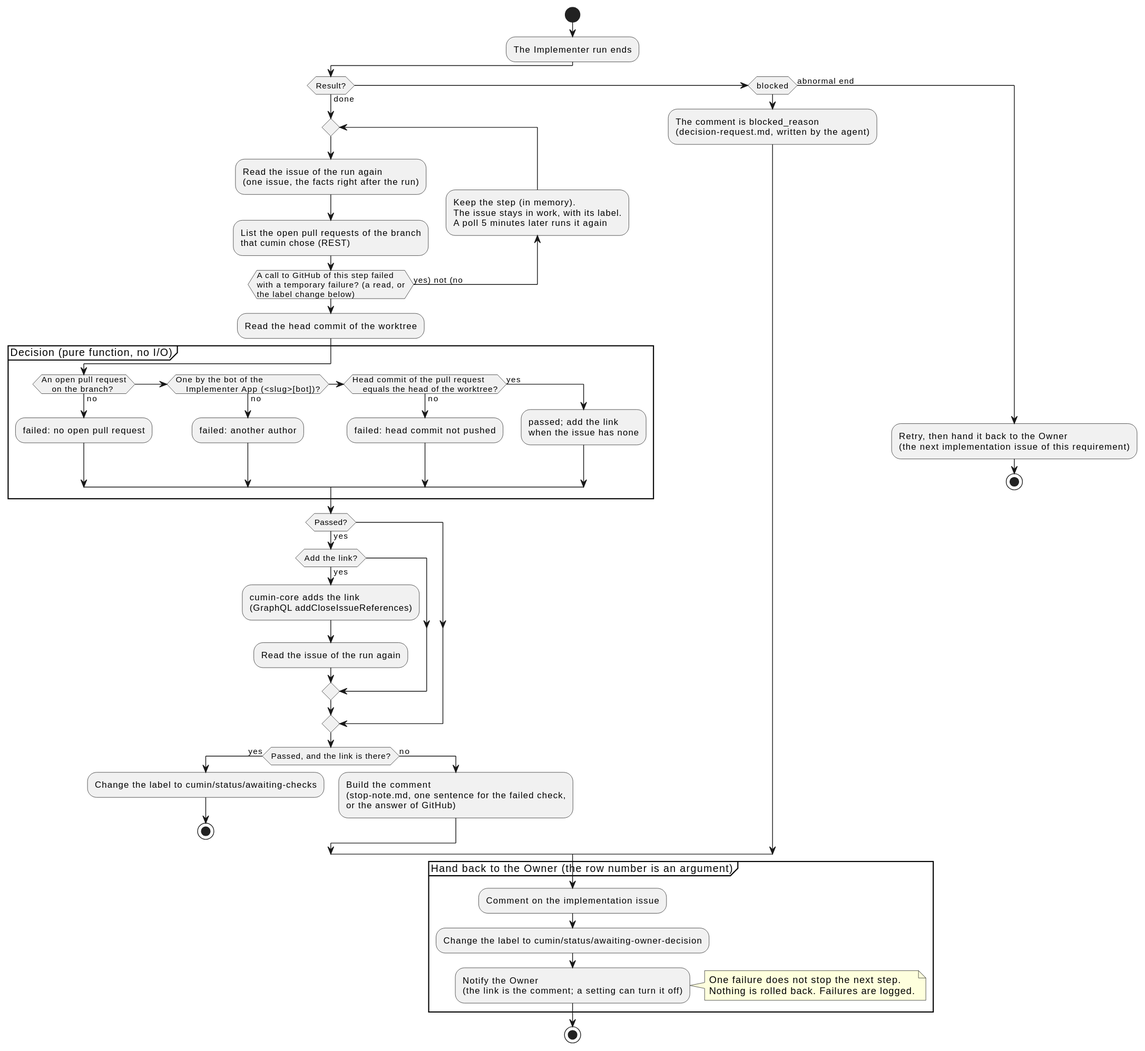
The PlantUML diagram docs/ja/designs/poll-verify.svg in cloveclovedev/cumin-works, before a commit.
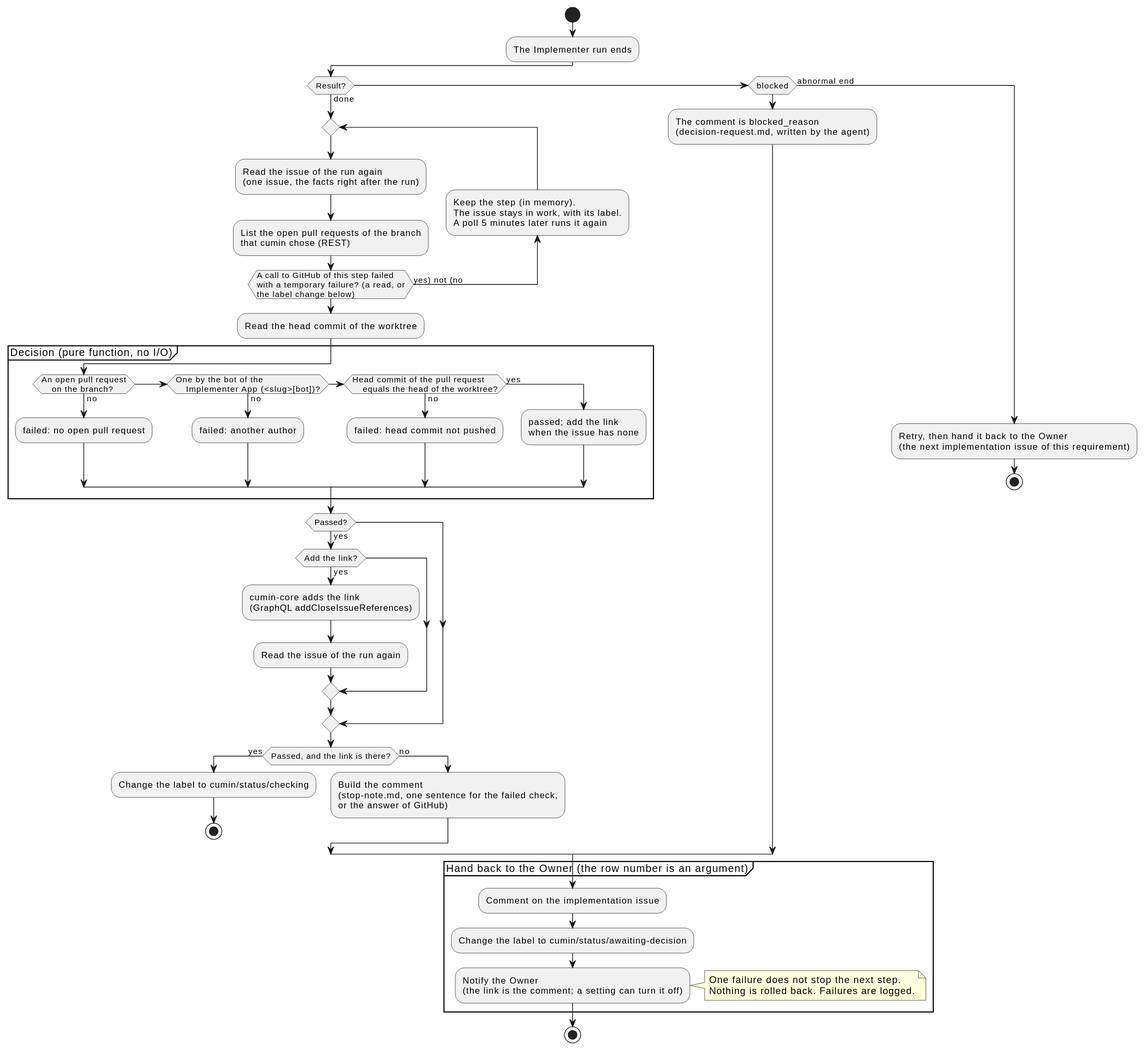
After the commit.

The edit, as a diff of the source:
```diff
@@ -40,7 +40,7 @@
     endif
   endif
   if (Passed, and the link is there?) then (yes)
-    :Change the label to cumin/status/awaiting-checks;
+    :Change the label to cumin/status/checking;
     stop
   else (no)
     :Build the comment
@@ -58,7 +58,7 @@
 
 partition "Hand back to the Owner (the row number is an argument)" {
   :Comment on the implementation issue;
-  :Change the label to cumin/status/awaiting-owner-decision;
+  :Change the label to cumin/status/awaiting-decision;
   :Notify the Owner
   (the link is the comment; a setting can turn it off);
 }
```
